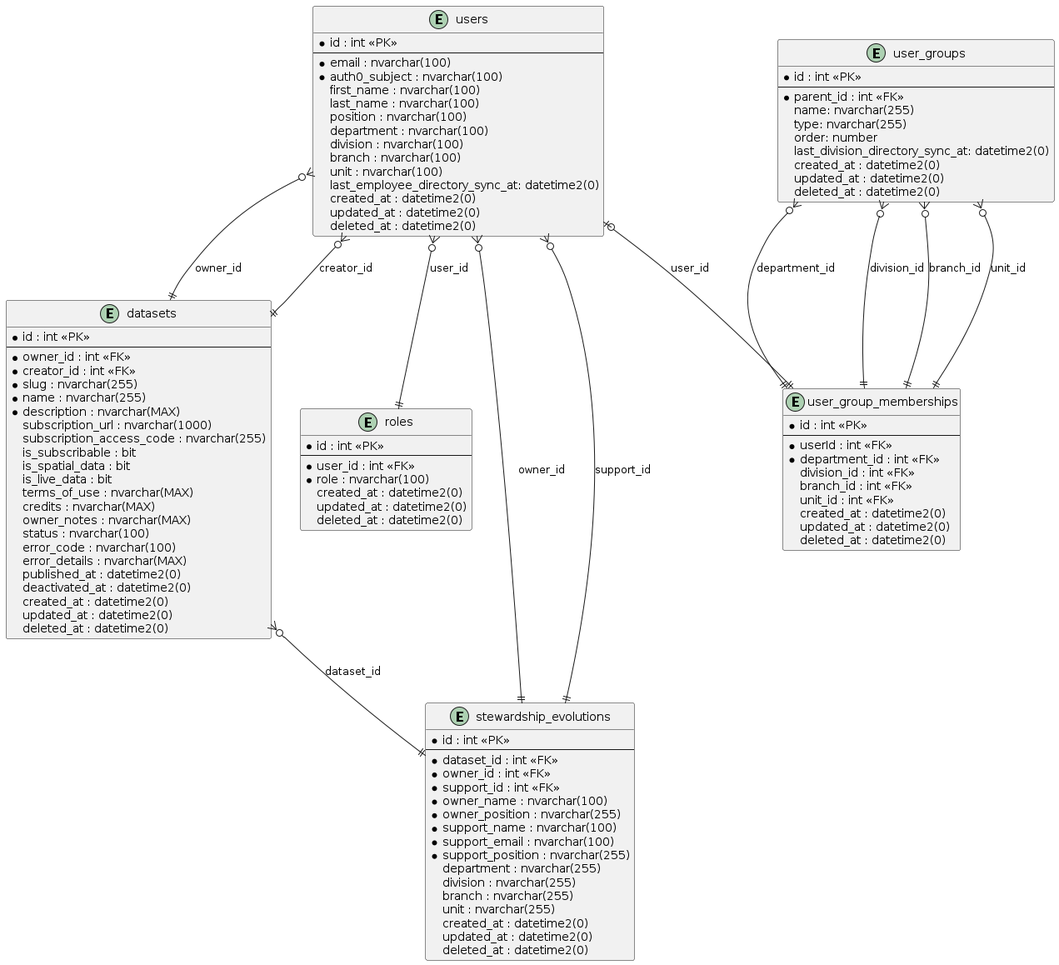
ytgov/internal-data-portal keeps this PlantUML diagram as _Design/Entity Relationship Diagrams.png. Above is the earlier version.
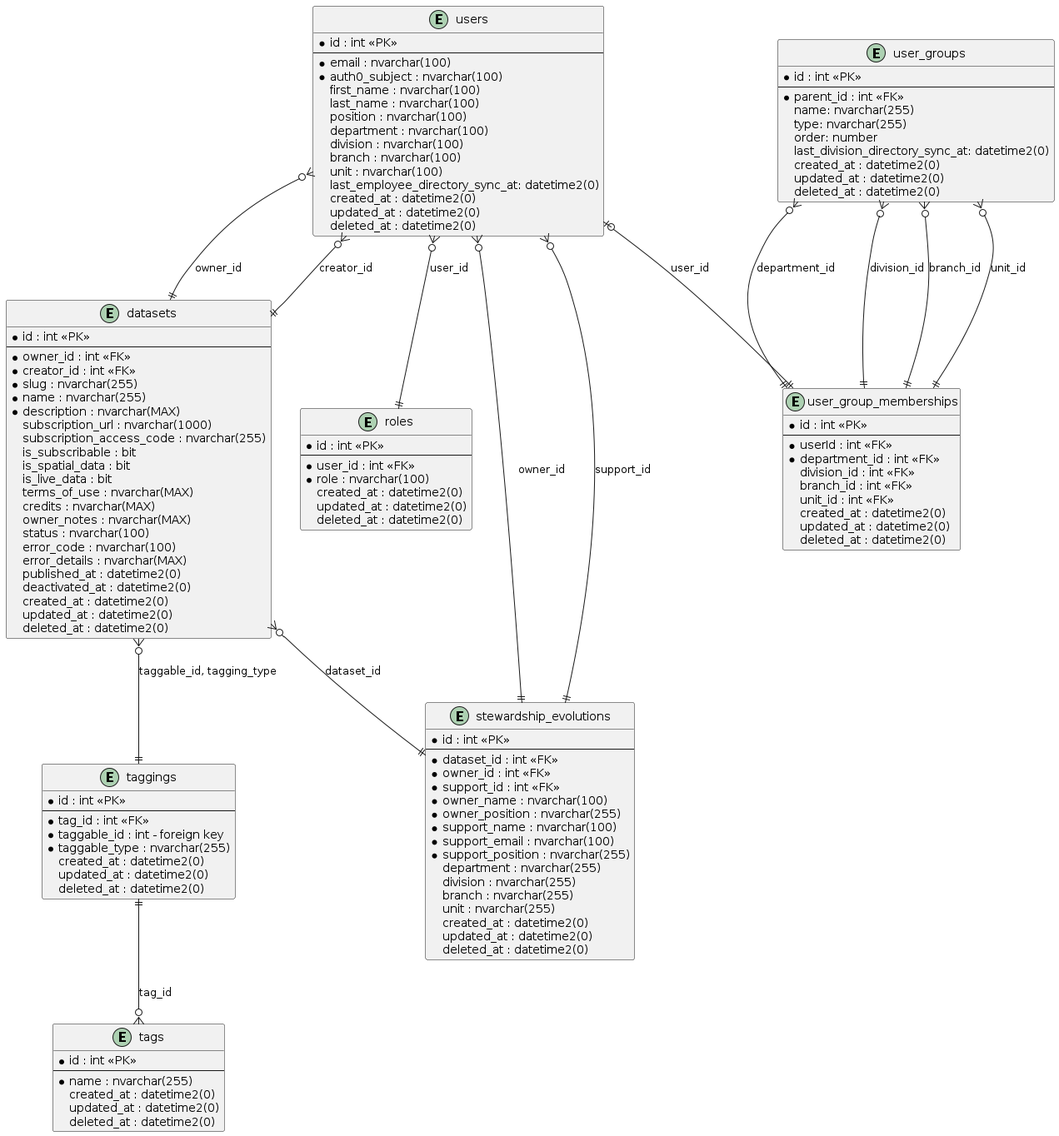
The same diagram one commit later.

Commit message:
:tophat: Add tags and taggings entity diagram modeling.

The edit, as a diff of the source:
```diff
@@ -50,6 +50,26 @@
   division : nvarchar(255)
   branch : nvarchar(255)
   unit : nvarchar(255)
+  created_at : datetime2(0)
+  updated_at : datetime2(0)
+  deleted_at : datetime2(0)
+}
+
+entity "tags" {
+  * id : int <<PK>>
+  --
+  * name : nvarchar(255)
+  created_at : datetime2(0)
+  updated_at : datetime2(0)
+  deleted_at : datetime2(0)
+}
+
+entity "taggings" {
+  * id : int <<PK>>
+  --
+  * tag_id : int <<FK>>
+  * taggable_id : int - foreign key
+  * taggable_type : nvarchar(255)
   created_at : datetime2(0)
   updated_at : datetime2(0)
   deleted_at : datetime2(0)
@@ -110,4 +130,6 @@
 user_groups }o--|| user_group_memberships : division_id
 user_groups }o--|| user_group_memberships : branch_id
 user_groups }o--|| user_group_memberships : unit_id
+datasets }o--|| taggings : taggable_id, tagging_type
+taggings ||--o{ tags : tag_id
 @enduml
```
